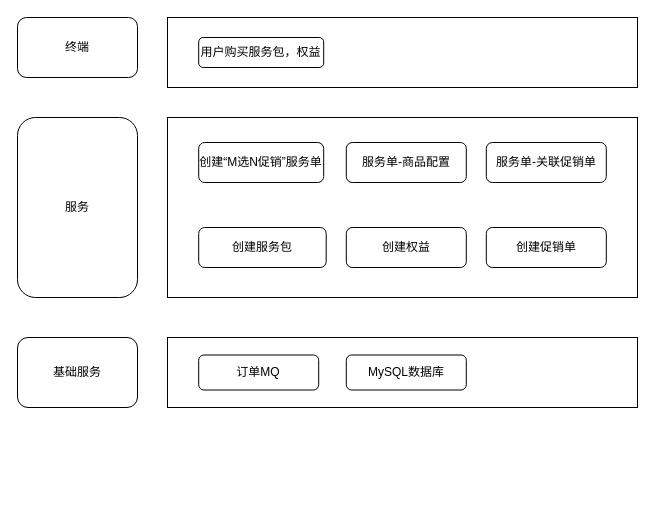
Before: mxn.drawio in RockyLOMO/demo, a draw.io diagram. Source tidied: cells renumbered, new cells numbered last; positions are measured from the earlier drawing's top-left corner, leaving out a move shared by most shapes. Both pictures are drawn from the tidied source at 100%, with x=0, y=0 at pixel (17, 17).
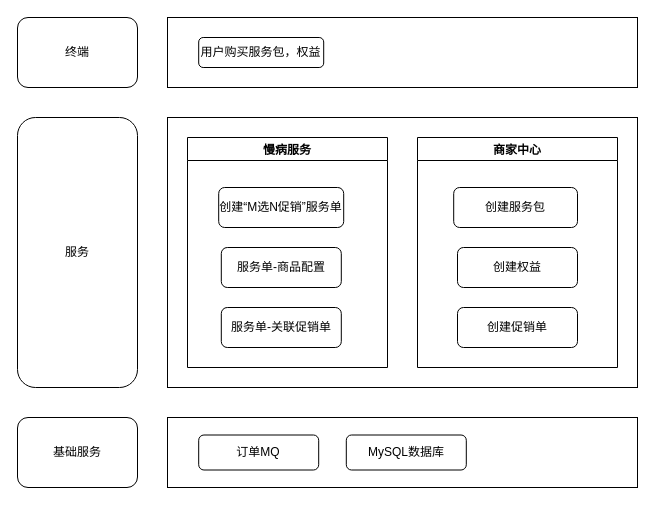
The same diagram, later.

Change to the diagram source:
```diff
@@
 <mxGraphModel>
   <root>
     <mxCell id="0" />
     <mxCell id="1" parent="0" />
     <mxCell id="2" style="rounded=0;whiteSpace=wrap;html=1;" parent="1" vertex="1">
-      <mxGeometry x="150" y="320" width="470" height="70" as="geometry" />
+      <mxGeometry x="150" y="400" width="470" height="70" as="geometry" />
     </mxCell>
     <mxCell id="3" style="rounded=0;whiteSpace=wrap;html=1;" parent="1" vertex="1">
       <mxGeometry x="150" width="470" height="70" as="geometry" />
     </mxCell>
     <mxCell id="4" style="rounded=0;whiteSpace=wrap;html=1;" parent="1" vertex="1">
-      <mxGeometry x="150" y="100" width="470" height="180" as="geometry" />
+      <mxGeometry x="150" y="100" width="470" height="270" as="geometry" />
     </mxCell>
     <mxCell id="5" value="基础服务" style="rounded=1;whiteSpace=wrap;html=1;" parent="1" vertex="1">
-      <mxGeometry y="320" width="120" height="70" as="geometry" />
+      <mxGeometry y="400" width="120" height="70" as="geometry" />
     </mxCell>
-    <mxCell id="6" value="创建“M选N促销”服务单" style="rounded=1;whiteSpace=wrap;html=1;" parent="1" vertex="1">
-      <mxGeometry x="181.2" y="125" width="125" height="40" as="geometry" />
-    </mxCell>
-    <mxCell id="7" value="服务单-关联促销单" style="rounded=1;whiteSpace=wrap;html=1;" parent="1" vertex="1">
-      <mxGeometry x="468.8" y="125" width="120" height="40" as="geometry" />
-    </mxCell>
     <mxCell id="8" value="订单MQ" style="rounded=1;whiteSpace=wrap;html=1;" parent="1" vertex="1">
-      <mxGeometry x="181.2" y="337.5" width="120" height="35" as="geometry" />
+      <mxGeometry x="181.2" y="417.5" width="120" height="35" as="geometry" />
     </mxCell>
-    <mxCell id="9" value="创建权益" style="rounded=1;whiteSpace=wrap;html=1;" parent="1" vertex="1">
-      <mxGeometry x="328.8" y="210" width="120" height="40" as="geometry" />
-    </mxCell>
-    <mxCell id="10" value="服务单-商品配置" style="rounded=1;whiteSpace=wrap;html=1;" parent="1" vertex="1">
-      <mxGeometry x="328.8" y="125" width="120" height="40" as="geometry" />
-    </mxCell>
-    <mxCell id="11" value="创建服务包" style="rounded=1;whiteSpace=wrap;html=1;" parent="1" vertex="1">
-      <mxGeometry x="181.2" y="210" width="127.5" height="40" as="geometry" />
-    </mxCell>
-    <mxCell id="12" value="创建促销单" style="rounded=1;whiteSpace=wrap;html=1;" parent="1" vertex="1">
-      <mxGeometry x="468.8" y="210" width="120" height="40" as="geometry" />
-    </mxCell>
     <mxCell id="13" value="终端" style="rounded=1;whiteSpace=wrap;html=1;" parent="1" vertex="1">
-      <mxGeometry width="120" height="60" as="geometry" />
+      <mxGeometry width="120" height="70" as="geometry" />
     </mxCell>
     <mxCell id="14" value="用户购买服务包，权益" style="rounded=1;whiteSpace=wrap;html=1;" parent="1" vertex="1">
       <mxGeometry x="181.2" y="20" width="125" height="30" as="geometry" />
     </mxCell>
     <mxCell id="15" value="服务" style="rounded=1;whiteSpace=wrap;html=1;" parent="1" vertex="1">
-      <mxGeometry y="100" width="120" height="180" as="geometry" />
+      <mxGeometry y="100" width="120" height="270" as="geometry" />
     </mxCell>
     <mxCell id="16" value="MySQL数据库" style="rounded=1;whiteSpace=wrap;html=1;" parent="1" vertex="1">
-      <mxGeometry x="328.8" y="337.5" width="120" height="35" as="geometry" />
+      <mxGeometry x="328.8" y="417.5" width="120" height="35" as="geometry" />
     </mxCell>
+    <mxCell id="17" value="慢病服务" style="swimlane;" parent="1" vertex="1">
+      <mxGeometry x="170" y="120" width="200" height="230" as="geometry" />
+    </mxCell>
+    <mxCell id="6" value="创建“M选N促销”服务单" style="rounded=1;whiteSpace=wrap;html=1;" parent="17" vertex="1">
+      <mxGeometry x="31.2" y="50" width="125" height="40" as="geometry" />
+    </mxCell>
+    <mxCell id="10" value="服务单-商品配置" style="rounded=1;whiteSpace=wrap;html=1;" parent="17" vertex="1">
+      <mxGeometry x="33.8" y="110" width="120" height="40" as="geometry" />
+    </mxCell>
+    <mxCell id="7" value="服务单-关联促销单" style="rounded=1;whiteSpace=wrap;html=1;" parent="17" vertex="1">
+      <mxGeometry x="33.8" y="170" width="120" height="40" as="geometry" />
+    </mxCell>
+    <mxCell id="18" value="商家中心" style="swimlane;" parent="1" vertex="1">
+      <mxGeometry x="400" y="120" width="200" height="230" as="geometry" />
+    </mxCell>
+    <mxCell id="11" value="创建服务包" style="rounded=1;whiteSpace=wrap;html=1;" parent="18" vertex="1">
+      <mxGeometry x="36.2" y="50" width="123.8" height="40" as="geometry" />
+    </mxCell>
+    <mxCell id="9" value="创建权益" style="rounded=1;whiteSpace=wrap;html=1;" parent="18" vertex="1">
+      <mxGeometry x="40" y="110" width="120" height="40" as="geometry" />
+    </mxCell>
+    <mxCell id="12" value="创建促销单" style="rounded=1;whiteSpace=wrap;html=1;" parent="18" vertex="1">
+      <mxGeometry x="40" y="170" width="120" height="40" as="geometry" />
+    </mxCell>
   </root>
 </mxGraphModel>
```
